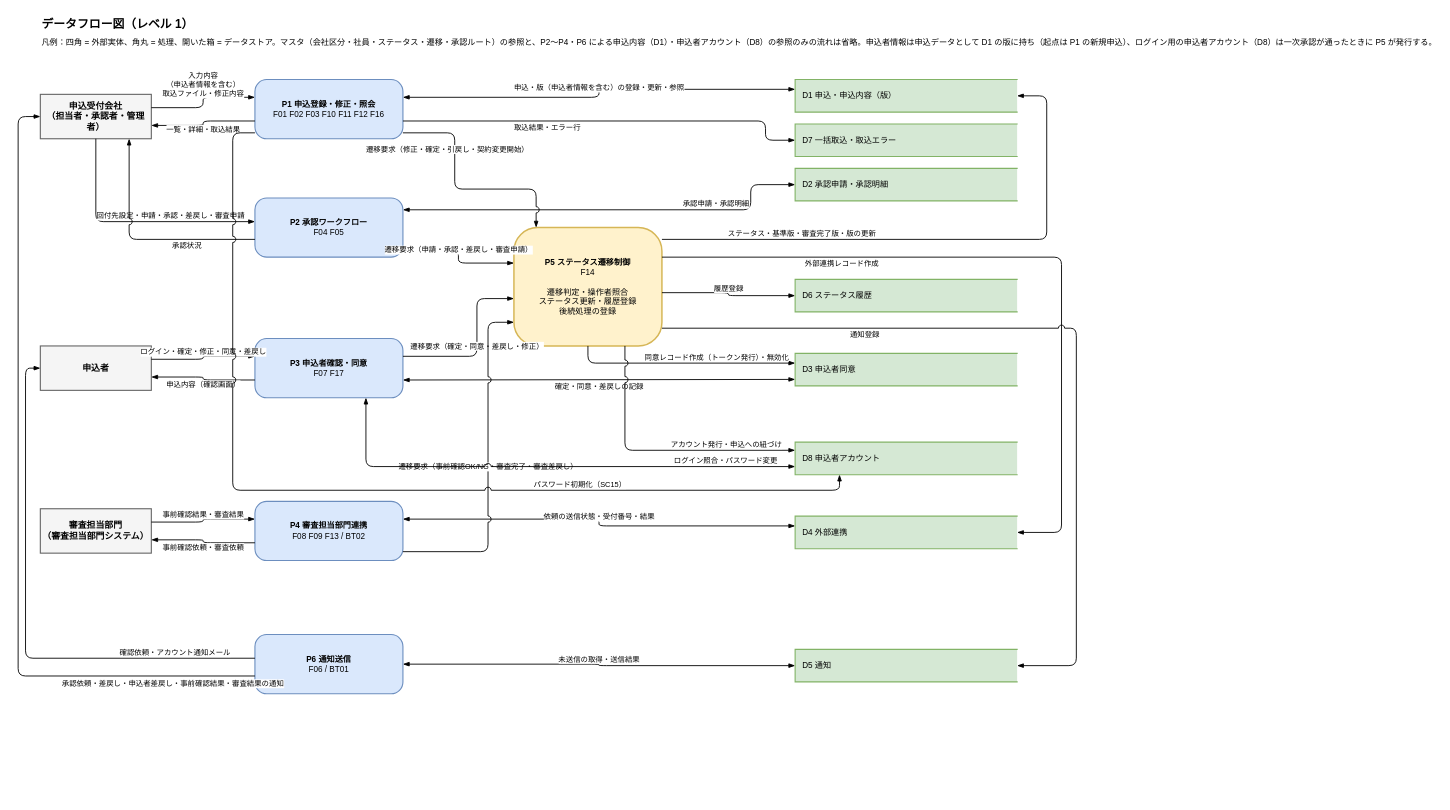
Before: docs/diagrams/dfd.drawio in yasudaProduct/JavaServletSample2, a draw.io diagram. Source tidied: cells renumbered, new cells numbered last; positions are measured from the earlier drawing's top-left corner, leaving out a move shared by most shapes. Both pictures are drawn from the tidied source at 74%, with x=0, y=0 at pixel (18, 13).
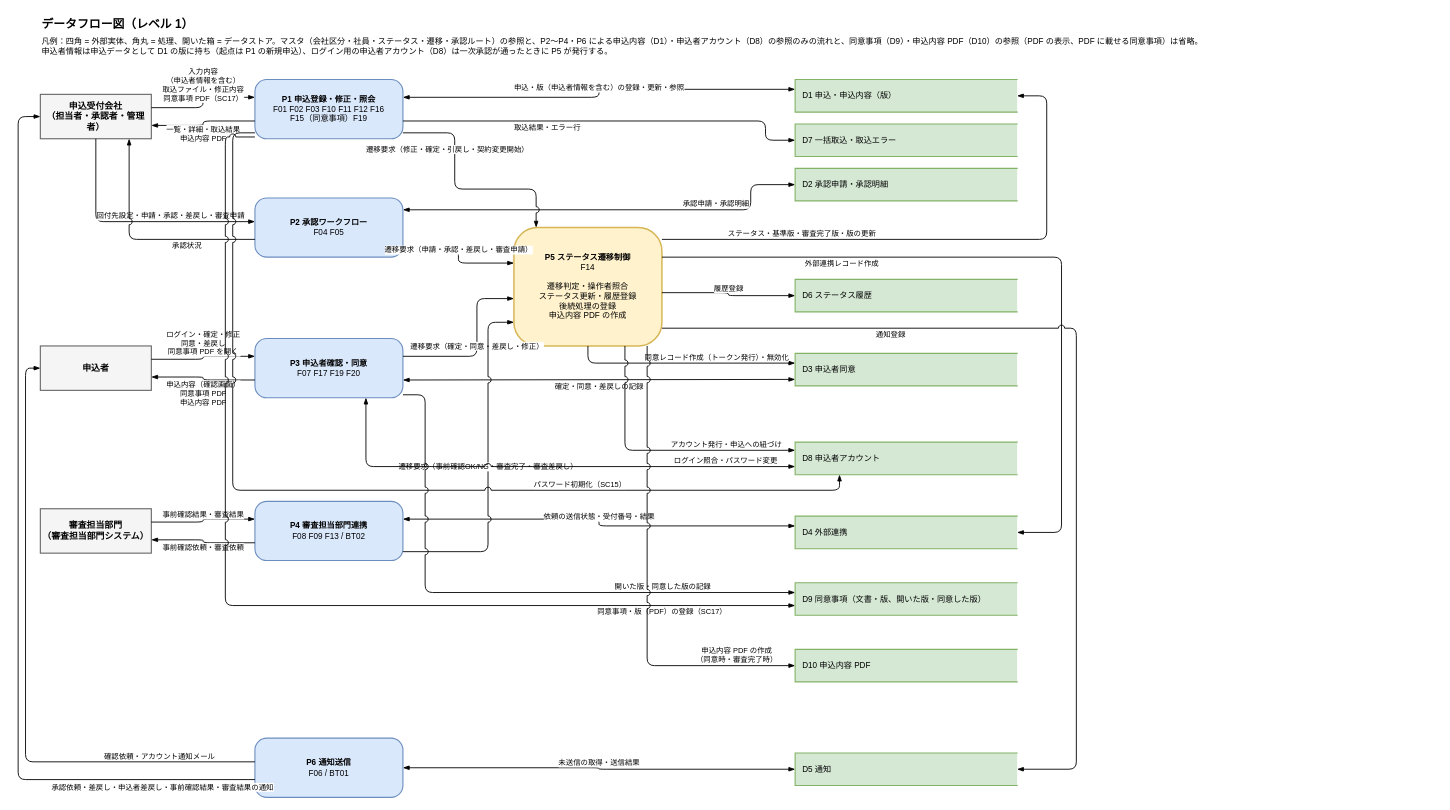
The same diagram, later.

Unchanged cells that the change refers to:
```xml
<mxCell id="4" value="申込受付会社&lt;br&gt;（担当者・承認者・管理者）" style="rounded=0;whiteSpace=wrap;html=1;fillColor=#f5f5f5;strokeColor=#666666;fontStyle=1;fontSize=12;strokeWidth=1.5;" parent="1" vertex="1">
  <mxGeometry x="30" y="110" width="150" height="60" as="geometry" />
</mxCell>
<mxCell id="5" value="申込者" style="rounded=0;whiteSpace=wrap;html=1;fillColor=#f5f5f5;strokeColor=#666666;fontStyle=1;fontSize=12;strokeWidth=1.5;" parent="1" vertex="1">
  <mxGeometry x="30" y="450" width="150" height="60" as="geometry" />
</mxCell>
```

The edit, as a diff of the source:
```diff
@@
-    <mxCell id="3" value="凡例：四角 = 外部実体、角丸 = 処理、開いた箱 = データストア。マスタ（会社区分・社員・ステータス・遷移・承認ルート）の参照と、P2〜P4・P6 による申込内容（D1）・申込者アカウント（D8）の参照のみの流れは省略。申込者情報は申込データとして D1 の版に持ち（起点は P1 の新規申込）、ログイン用の申込者アカウント（D8）は一次承認が通ったときに P5 が発行する。" style="text;html=1;align=left;verticalAlign=middle;fontSize=11;" parent="1" vertex="1">
-      <mxGeometry x="30" y="30" width="1300" height="20" as="geometry" />
+    <mxCell id="3" value="凡例：四角 = 外部実体、角丸 = 処理、開いた箱 = データストア。マスタ（会社区分・社員・ステータス・遷移・承認ルート）の参照と、P2〜P4・P6 による申込内容（D1）・申込者アカウント（D8）の参照のみの流れと、同意事項（D9）・申込内容 PDF（D10）の参照（PDF の表示、PDF に載せる同意事項）は省略。&lt;br&gt;申込者情報は申込データとして D1 の版に持ち（起点は P1 の新規申込）、ログイン用の申込者アカウント（D8）は一次承認が通ったときに P5 が発行する。" style="text;html=1;align=left;verticalAlign=middle;fontSize=11;" parent="1" vertex="1">
+      <mxGeometry x="30" y="30" width="1300" height="30" as="geometry" />
     </mxCell>
@@
-    <mxCell id="7" value="&lt;b&gt;P1 申込登録・修正・照会&lt;/b&gt;&lt;br&gt;F01 F02 F03 F10 F11 F12 F16" style="rounded=1;whiteSpace=wrap;html=1;fillColor=#dae8fc;strokeColor=#6c8ebf;fontSize=11;strokeWidth=1.5;arcSize=20;" parent="1" vertex="1">
+    <mxCell id="7" value="&lt;b&gt;P1 申込登録・修正・照会&lt;/b&gt;&lt;br&gt;F01 F02 F03 F10 F11 F12 F16&lt;br&gt;F15（同意事項）F19" style="rounded=1;whiteSpace=wrap;html=1;fillColor=#dae8fc;strokeColor=#6c8ebf;fontSize=11;strokeWidth=1.5;arcSize=20;" parent="1" vertex="1">
       <mxGeometry x="320" y="90" width="200" height="80" as="geometry" />
     </mxCell>
@@
-    <mxCell id="9" value="&lt;b&gt;P3 申込者確認・同意&lt;/b&gt;&lt;br&gt;F07 F17" style="rounded=1;whiteSpace=wrap;html=1;fillColor=#dae8fc;strokeColor=#6c8ebf;fontSize=11;strokeWidth=1.5;arcSize=20;" parent="1" vertex="1">
+    <mxCell id="9" value="&lt;b&gt;P3 申込者確認・同意&lt;/b&gt;&lt;br&gt;F07 F17 F19 F20" style="rounded=1;whiteSpace=wrap;html=1;fillColor=#dae8fc;strokeColor=#6c8ebf;fontSize=11;strokeWidth=1.5;arcSize=20;" parent="1" vertex="1">
       <mxGeometry x="320" y="440" width="200" height="80" as="geometry" />
     </mxCell>
@@
     <mxCell id="11" value="&lt;b&gt;P6 通知送信&lt;/b&gt;&lt;br&gt;F06 / BT01" style="rounded=1;whiteSpace=wrap;html=1;fillColor=#dae8fc;strokeColor=#6c8ebf;fontSize=11;strokeWidth=1.5;arcSize=20;" parent="1" vertex="1">
-      <mxGeometry x="320" y="840" width="200" height="80" as="geometry" />
+      <mxGeometry x="320" y="980" width="200" height="80" as="geometry" />
     </mxCell>
-    <mxCell id="12" value="&lt;b&gt;P5 ステータス遷移制御&lt;/b&gt;&lt;br&gt;F14&lt;br&gt;&lt;br&gt;遷移判定・操作者照合&lt;br&gt;ステータス更新・履歴登録&lt;br&gt;後続処理の登録" style="rounded=1;whiteSpace=wrap;html=1;fillColor=#fff2cc;strokeColor=#d6b656;fontSize=11;strokeWidth=2;arcSize=20;" parent="1" vertex="1">
+    <mxCell id="12" value="&lt;b&gt;P5 ステータス遷移制御&lt;/b&gt;&lt;br&gt;F14&lt;br&gt;&lt;br&gt;遷移判定・操作者照合&lt;br&gt;ステータス更新・履歴登録&lt;br&gt;後続処理の登録&lt;br&gt;申込内容 PDF の作成" style="rounded=1;whiteSpace=wrap;html=1;fillColor=#fff2cc;strokeColor=#d6b656;fontSize=11;strokeWidth=2;arcSize=20;" parent="1" vertex="1">
       <mxGeometry x="670" y="290" width="200" height="160" as="geometry" />
     </mxCell>
@@
     <mxCell id="19" value="D5 通知" style="shape=partialRectangle;whiteSpace=wrap;html=1;right=0;fillColor=#d5e8d4;strokeColor=#82b366;align=left;spacingLeft=8;fontSize=11;strokeWidth=1.5;" parent="1" vertex="1">
-      <mxGeometry x="1050" y="860" width="300" height="44" as="geometry" />
+      <mxGeometry x="1050" y="1000" width="300" height="44" as="geometry" />
     </mxCell>
-    <mxCell id="20" value="入力内容&lt;br&gt;（申込者情報を含む）&lt;br&gt;取込ファイル・修正内容" style="edgeStyle=orthogonalEdgeStyle;rounded=1;html=1;fontSize=10;strokeWidth=1.2;endArrow=blockThin;endFill=1;labelBackgroundColor=#ffffff;jumpStyle=arc;jumpSize=8;exitX=1;exitY=0.3;exitDx=0;exitDy=0;entryX=0;entryY=0.3;entryDx=0;entryDy=0;" parent="1" edge="1" source="4" target="7">
+    <mxCell id="20" value="入力内容&lt;br&gt;（申込者情報を含む）&lt;br&gt;取込ファイル・修正内容&lt;br&gt;同意事項 PDF（SC17）" style="edgeStyle=orthogonalEdgeStyle;rounded=1;html=1;fontSize=10;strokeWidth=1.2;endArrow=blockThin;endFill=1;labelBackgroundColor=#ffffff;jumpStyle=arc;jumpSize=8;exitX=1;exitY=0.3;exitDx=0;exitDy=0;entryX=0;entryY=0.3;entryDx=0;entryDy=0;" parent="1" edge="1" source="4" target="7">
       <mxGeometry relative="1" as="geometry">
         <mxPoint y="-24" as="offset" />
       </mxGeometry>
     </mxCell>
-    <mxCell id="21" value="一覧・詳細・取込結果" style="edgeStyle=orthogonalEdgeStyle;rounded=1;html=1;fontSize=10;strokeWidth=1.2;endArrow=blockThin;endFill=1;labelBackgroundColor=#ffffff;jumpStyle=arc;jumpSize=8;exitX=0;exitY=0.7;exitDx=0;exitDy=0;entryX=1;entryY=0.7;entryDx=0;entryDy=0;" parent="1" edge="1" source="7" target="4">
+    <mxCell id="21" value="一覧・詳細・取込結果&lt;br&gt;申込内容 PDF" style="edgeStyle=orthogonalEdgeStyle;rounded=1;html=1;fontSize=10;strokeWidth=1.2;endArrow=blockThin;endFill=1;labelBackgroundColor=#ffffff;jumpStyle=arc;jumpSize=8;exitX=0;exitY=0.7;exitDx=0;exitDy=0;entryX=1;entryY=0.7;entryDx=0;entryDy=0;" parent="1" edge="1" source="7" target="4">
       <mxGeometry relative="1" as="geometry">
-        <mxPoint y="8" as="offset" />
+        <mxPoint y="14" as="offset" />
       </mxGeometry>
     </mxCell>
@@
-    <mxCell id="24" value="ログイン・確定・修正・同意・差戻し" style="edgeStyle=orthogonalEdgeStyle;rounded=1;html=1;fontSize=10;strokeWidth=1.2;endArrow=blockThin;endFill=1;labelBackgroundColor=#ffffff;jumpStyle=arc;jumpSize=8;exitX=1;exitY=0.3;exitDx=0;exitDy=0;entryX=0;entryY=0.3;entryDx=0;entryDy=0;" parent="1" edge="1" source="5" target="9">
+    <mxCell id="24" value="ログイン・確定・修正&lt;br&gt;同意・差戻し&lt;br&gt;同意事項 PDF を開く" style="edgeStyle=orthogonalEdgeStyle;rounded=1;html=1;fontSize=10;strokeWidth=1.2;endArrow=blockThin;endFill=1;labelBackgroundColor=#ffffff;jumpStyle=arc;jumpSize=8;exitX=1;exitY=0.3;exitDx=0;exitDy=0;entryX=0;entryY=0.3;entryDx=0;entryDy=0;" parent="1" edge="1" source="5" target="9">
       <mxGeometry relative="1" as="geometry">
-        <mxPoint y="-8" as="offset" />
+        <mxPoint y="-20" as="offset" />
       </mxGeometry>
     </mxCell>
-    <mxCell id="25" value="申込内容（確認画面）" style="edgeStyle=orthogonalEdgeStyle;rounded=1;html=1;fontSize=10;strokeWidth=1.2;endArrow=blockThin;endFill=1;labelBackgroundColor=#ffffff;jumpStyle=arc;jumpSize=8;exitX=0;exitY=0.7;exitDx=0;exitDy=0;entryX=1;entryY=0.7;entryDx=0;entryDy=0;" parent="1" edge="1" source="9" target="5">
+    <mxCell id="25" value="申込内容（確認画面）&lt;br&gt;同意事項 PDF&lt;br&gt;申込内容 PDF" style="edgeStyle=orthogonalEdgeStyle;rounded=1;html=1;fontSize=10;strokeWidth=1.2;endArrow=blockThin;endFill=1;labelBackgroundColor=#ffffff;jumpStyle=arc;jumpSize=8;exitX=0;exitY=0.7;exitDx=0;exitDy=0;entryX=1;entryY=0.7;entryDx=0;entryDy=0;" parent="1" edge="1" source="9" target="5">
       <mxGeometry relative="1" as="geometry">
-        <mxPoint y="8" as="offset" />
+        <mxPoint y="20" as="offset" />
       </mxGeometry>
     </mxCell>
@@
     <mxCell id="28" value="確認依頼・アカウント通知メール" style="edgeStyle=orthogonalEdgeStyle;rounded=1;html=1;fontSize=10;strokeWidth=1.2;endArrow=blockThin;endFill=1;labelBackgroundColor=#ffffff;jumpStyle=arc;jumpSize=8;exitX=0;exitY=0.4;exitDx=0;exitDy=0;entryX=0;entryY=0.5;entryDx=0;entryDy=0;" parent="1" edge="1" source="11" target="5">
       <mxGeometry x="-0.7" relative="1" as="geometry">
         <Array as="points">
-          <mxPoint x="10" y="872" />
+          <mxPoint x="10" y="1012" />
           <mxPoint x="10" y="480" />
         </Array>
         <mxPoint y="-8" as="offset" />
       </mxGeometry>
     </mxCell>
     <mxCell id="29" value="承認依頼・差戻し・申込者差戻し・事前確認結果・審査結果の通知" style="edgeStyle=orthogonalEdgeStyle;rounded=1;html=1;fontSize=10;strokeWidth=1.2;endArrow=blockThin;endFill=1;labelBackgroundColor=#ffffff;jumpStyle=arc;jumpSize=8;exitX=0;exitY=0.7;exitDx=0;exitDy=0;entryX=0;entryY=0.5;entryDx=0;entryDy=0;" parent="1" edge="1" source="11" target="4">
       <mxGeometry x="-0.8" relative="1" as="geometry">
         <Array as="points">
-          <mxPoint y="896" />
+          <mxPoint y="1036" />
           <mxPoint y="140" />
         </Array>
         <mxPoint y="10" as="offset" />
       </mxGeometry>
     </mxCell>
@@
     <mxCell id="43" value="通知登録" style="edgeStyle=orthogonalEdgeStyle;rounded=1;html=1;fontSize=10;strokeWidth=1.2;endArrow=blockThin;endFill=1;labelBackgroundColor=#ffffff;jumpStyle=arc;jumpSize=8;exitX=1;exitY=0.85;exitDx=0;exitDy=0;entryX=1;entryY=0.5;entryDx=0;entryDy=0;" parent="1" edge="1" source="12" target="19">
       <mxGeometry x="-0.5" relative="1" as="geometry">
         <Array as="points">
           <mxPoint x="1430" y="426" />
-          <mxPoint x="1430" y="882" />
+          <mxPoint x="1430" y="1022" />
         </Array>
         <mxPoint y="8" as="offset" />
       </mxGeometry>
     </mxCell>
@@
+    <mxCell id="49" value="D9 同意事項（文書・版、開いた版・同意した版）" style="shape=partialRectangle;whiteSpace=wrap;html=1;right=0;fillColor=#d5e8d4;strokeColor=#82b366;align=left;spacingLeft=8;fontSize=11;strokeWidth=1.5;" parent="1" vertex="1">
+      <mxGeometry x="1050" y="770" width="300" height="44" as="geometry" />
+    </mxCell>
+    <mxCell id="50" value="D10 申込内容 PDF" style="shape=partialRectangle;whiteSpace=wrap;html=1;right=0;fillColor=#d5e8d4;strokeColor=#82b366;align=left;spacingLeft=8;fontSize=11;strokeWidth=1.5;" parent="1" vertex="1">
+      <mxGeometry x="1050" y="860" width="300" height="44" as="geometry" />
+    </mxCell>
+    <mxCell id="51" value="開いた版・同意した版の記録" style="edgeStyle=orthogonalEdgeStyle;rounded=1;html=1;fontSize=10;strokeWidth=1.2;endArrow=blockThin;endFill=1;labelBackgroundColor=#ffffff;jumpStyle=arc;jumpSize=8;exitX=1;exitY=0.95;exitDx=0;exitDy=0;entryX=0;entryY=0.3;entryDx=0;entryDy=0;" parent="1" edge="1" source="9" target="49">
+      <mxGeometry x="0.55" relative="1" as="geometry">
+        <Array as="points">
+          <mxPoint x="550" y="516" />
+          <mxPoint x="550" y="783" />
+        </Array>
+        <mxPoint y="-8" as="offset" />
+      </mxGeometry>
+    </mxCell>
+    <mxCell id="52" value="同意事項・版（PDF）の登録（SC17）" style="edgeStyle=orthogonalEdgeStyle;rounded=1;html=1;fontSize=10;strokeWidth=1.2;endArrow=blockThin;endFill=1;labelBackgroundColor=#ffffff;jumpStyle=arc;jumpSize=8;exitX=0;exitY=0.97;exitDx=0;exitDy=0;entryX=0;entryY=0.7;entryDx=0;entryDy=0;" parent="1" edge="1" source="7" target="49">
+      <mxGeometry x="0.75" relative="1" as="geometry">
+        <Array as="points">
+          <mxPoint x="280" y="168" />
+          <mxPoint x="280" y="801" />
+        </Array>
+        <mxPoint y="8" as="offset" />
+      </mxGeometry>
+    </mxCell>
+    <mxCell id="53" value="申込内容 PDF の作成&lt;br&gt;（同意時・審査完了時）" style="edgeStyle=orthogonalEdgeStyle;rounded=1;html=1;fontSize=10;strokeWidth=1.2;endArrow=blockThin;endFill=1;labelBackgroundColor=#ffffff;jumpStyle=arc;jumpSize=8;exitX=0.9;exitY=1;exitDx=0;exitDy=0;entryX=0;entryY=0.5;entryDx=0;entryDy=0;" parent="1" edge="1" source="12" target="50">
+      <mxGeometry x="0.75" relative="1" as="geometry">
+        <Array as="points">
+          <mxPoint x="850" y="882" />
+        </Array>
+        <mxPoint y="-14" as="offset" />
+      </mxGeometry>
+    </mxCell>
```
